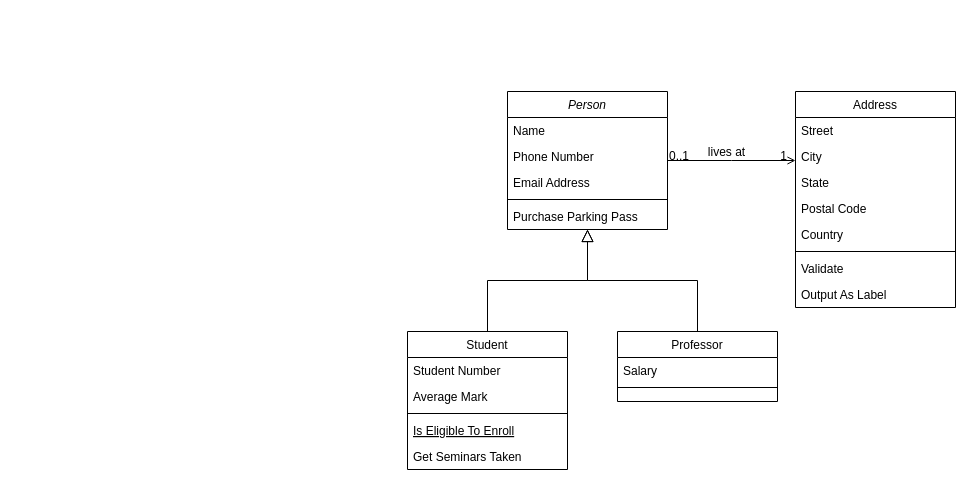
Above: Диаграмма без названия.drawio in YararMA/hd_backend (draw.io), before the change. Source tidied: cells renumbered, new cells numbered last; positions are measured from the earlier drawing's top-left corner, leaving out a move shared by most shapes. Both pictures are drawn from the tidied source at 100%, with x=0, y=0 at pixel (407, 91).
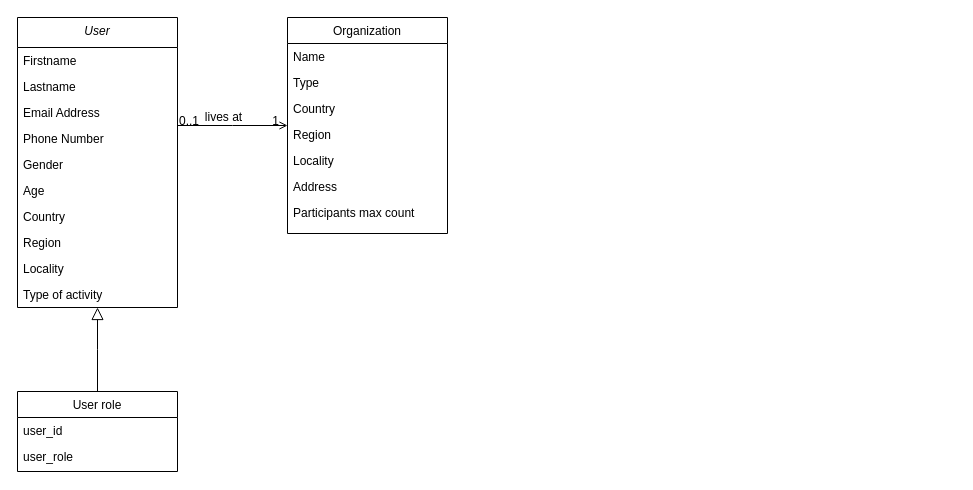
Above is the later version.

The edit, as a diff of the source:
```diff
@@
-    <mxCell id="2" value="Person" style="swimlane;fontStyle=2;align=center;verticalAlign=top;horizontal=1;startSize=26;rounded=0;shadow=0;strokeWidth=1;" parent="1" vertex="1">
-      <mxGeometry x="100" width="160" height="138" as="geometry" />
+    <mxCell id="2" value="User" style="swimlane;fontStyle=2;align=center;verticalAlign=top;horizontal=1;startSize=30;rounded=0;shadow=0;strokeWidth=1;" parent="1" vertex="1">
+      <mxGeometry x="-390" y="-74" width="160" height="290" as="geometry" />
     </mxCell>
-    <mxCell id="3" value="Name" style="text;align=left;verticalAlign=top;spacingLeft=4;spacingRight=4;overflow=hidden;" parent="2" vertex="1">
-      <mxGeometry y="26" width="160" height="26" as="geometry" />
+    <mxCell id="3" value="Firstname" style="text;align=left;verticalAlign=top;spacingLeft=4;spacingRight=4;overflow=hidden;" parent="2" vertex="1">
+      <mxGeometry y="30" width="160" height="26" as="geometry" />
     </mxCell>
-    <mxCell id="4" value="Phone Number" style="text;align=left;verticalAlign=top;spacingLeft=4;spacingRight=4;overflow=hidden;rounded=0;shadow=0;html=0;" parent="2" vertex="1">
-      <mxGeometry y="52" width="160" height="26" as="geometry" />
+    <mxCell id="4" value="Lastname" style="text;align=left;verticalAlign=top;spacingLeft=4;spacingRight=4;overflow=hidden;rounded=0;shadow=0;html=0;" parent="2" vertex="1">
+      <mxGeometry y="56" width="160" height="26" as="geometry" />
     </mxCell>
     <mxCell id="5" value="Email Address" style="text;align=left;verticalAlign=top;spacingLeft=4;spacingRight=4;overflow=hidden;rounded=0;shadow=0;html=0;" parent="2" vertex="1">
-      <mxGeometry y="78" width="160" height="26" as="geometry" />
+      <mxGeometry y="82" width="160" height="26" as="geometry" />
     </mxCell>
-    <mxCell id="6" style="line;html=1;strokeWidth=1;align=left;verticalAlign=middle;spacingTop=-1;spacingLeft=3;spacingRight=3;labelPosition=right;" parent="2" vertex="1">
-      <mxGeometry y="104" width="160" height="8" as="geometry" />
-    </mxCell>
-    <mxCell id="7" value="Purchase Parking Pass" style="text;align=left;verticalAlign=top;spacingLeft=4;spacingRight=4;overflow=hidden;" parent="2" vertex="1">
-      <mxGeometry y="112" width="160" height="26" as="geometry" />
-    </mxCell>
+    <mxCell id="32" value="Phone Number" style="text;align=left;verticalAlign=top;spacingLeft=4;spacingRight=4;overflow=hidden;rounded=0;shadow=0;html=0;" parent="2" vertex="1">
+      <mxGeometry y="108" width="160" height="26" as="geometry" />
+    </mxCell>
+    <mxCell id="33" value="Gender" style="text;align=left;verticalAlign=top;spacingLeft=4;spacingRight=4;overflow=hidden;rounded=0;shadow=0;html=0;" parent="2" vertex="1">
+      <mxGeometry y="134" width="160" height="26" as="geometry" />
+    </mxCell>
+    <mxCell id="34" value="Age" style="text;align=left;verticalAlign=top;spacingLeft=4;spacingRight=4;overflow=hidden;rounded=0;shadow=0;html=0;" parent="2" vertex="1">
+      <mxGeometry y="160" width="160" height="26" as="geometry" />
+    </mxCell>
+    <mxCell id="35" value="Country" style="text;align=left;verticalAlign=top;spacingLeft=4;spacingRight=4;overflow=hidden;rounded=0;shadow=0;html=0;" parent="2" vertex="1">
+      <mxGeometry y="186" width="160" height="26" as="geometry" />
+    </mxCell>
+    <mxCell id="36" value="Region" style="text;align=left;verticalAlign=top;spacingLeft=4;spacingRight=4;overflow=hidden;rounded=0;shadow=0;html=0;" parent="2" vertex="1">
+      <mxGeometry y="212" width="160" height="26" as="geometry" />
+    </mxCell>
+    <mxCell id="37" value="Locality" style="text;align=left;verticalAlign=top;spacingLeft=4;spacingRight=4;overflow=hidden;rounded=0;shadow=0;html=0;" parent="2" vertex="1">
+      <mxGeometry y="238" width="160" height="26" as="geometry" />
+    </mxCell>
+    <mxCell id="38" value="Type of activity" style="text;align=left;verticalAlign=top;spacingLeft=4;spacingRight=4;overflow=hidden;rounded=0;shadow=0;html=0;" parent="2" vertex="1">
+      <mxGeometry y="264" width="160" height="26" as="geometry" />
+    </mxCell>
-    <mxCell id="8" value="Student" style="swimlane;fontStyle=0;align=center;verticalAlign=top;horizontal=1;startSize=26;rounded=0;shadow=0;strokeWidth=1;" parent="1" vertex="1">
-      <mxGeometry y="240" width="160" height="138" as="geometry" />
+    <mxCell id="8" value="User role" style="swimlane;fontStyle=0;align=center;verticalAlign=top;horizontal=1;startSize=26;rounded=0;shadow=0;strokeWidth=1;" parent="1" vertex="1">
+      <mxGeometry x="-390" y="300" width="160" height="80" as="geometry" />
     </mxCell>
-    <mxCell id="9" value="Student Number" style="text;align=left;verticalAlign=top;spacingLeft=4;spacingRight=4;overflow=hidden;" parent="8" vertex="1">
+    <mxCell id="9" value="user_id" style="text;align=left;verticalAlign=top;spacingLeft=4;spacingRight=4;overflow=hidden;" parent="8" vertex="1">
       <mxGeometry y="26" width="160" height="26" as="geometry" />
     </mxCell>
-    <mxCell id="10" value="Average Mark" style="text;align=left;verticalAlign=top;spacingLeft=4;spacingRight=4;overflow=hidden;rounded=0;shadow=0;html=0;" parent="8" vertex="1">
+    <mxCell id="10" value="user_role" style="text;align=left;verticalAlign=top;spacingLeft=4;spacingRight=4;overflow=hidden;rounded=0;shadow=0;html=0;" parent="8" vertex="1">
       <mxGeometry y="52" width="160" height="26" as="geometry" />
     </mxCell>
-    <mxCell id="11" style="line;html=1;strokeWidth=1;align=left;verticalAlign=middle;spacingTop=-1;spacingLeft=3;spacingRight=3;labelPosition=right;" parent="8" vertex="1">
-      <mxGeometry y="78" width="160" height="8" as="geometry" />
-    </mxCell>
-    <mxCell id="12" value="Is Eligible To Enroll" style="text;align=left;verticalAlign=top;spacingLeft=4;spacingRight=4;overflow=hidden;fontStyle=4;" parent="8" vertex="1">
-      <mxGeometry y="86" width="160" height="26" as="geometry" />
-    </mxCell>
-    <mxCell id="13" value="Get Seminars Taken" style="text;align=left;verticalAlign=top;spacingLeft=4;spacingRight=4;overflow=hidden;" parent="8" vertex="1">
-      <mxGeometry y="112" width="160" height="26" as="geometry" />
-    </mxCell>
@@
-    <mxCell id="15" value="Professor" style="swimlane;fontStyle=0;align=center;verticalAlign=top;horizontal=1;startSize=26;rounded=0;shadow=0;strokeWidth=1;" parent="1" vertex="1">
-      <mxGeometry x="210" y="240" width="160" height="70" as="geometry" />
-    </mxCell>
-    <mxCell id="16" value="Salary" style="text;align=left;verticalAlign=top;spacingLeft=4;spacingRight=4;overflow=hidden;" parent="15" vertex="1">
-      <mxGeometry y="26" width="160" height="26" as="geometry" />
-    </mxCell>
-    <mxCell id="17" style="line;html=1;strokeWidth=1;align=left;verticalAlign=middle;spacingTop=-1;spacingLeft=3;spacingRight=3;labelPosition=right;" parent="15" vertex="1">
-      <mxGeometry y="52" width="160" height="8" as="geometry" />
-    </mxCell>
-    <mxCell id="18" style="endArrow=block;endSize=10;endFill=0;shadow=0;strokeWidth=1;rounded=0;edgeStyle=elbowEdgeStyle;elbow=vertical;" parent="1" edge="1" source="15" target="2">
-      <mxGeometry relative="1" as="geometry" />
-    </mxCell>
-    <mxCell id="19" value="Address" style="swimlane;fontStyle=0;align=center;verticalAlign=top;horizontal=1;startSize=26;rounded=0;shadow=0;strokeWidth=1;" parent="1" vertex="1">
-      <mxGeometry x="388" width="160" height="216" as="geometry" />
+    <mxCell id="19" value="Organization" style="swimlane;fontStyle=0;align=center;verticalAlign=top;horizontal=1;startSize=26;rounded=0;shadow=0;strokeWidth=1;" parent="1" vertex="1">
+      <mxGeometry x="-120" y="-74" width="160" height="216" as="geometry" />
     </mxCell>
-    <mxCell id="20" value="Street" style="text;align=left;verticalAlign=top;spacingLeft=4;spacingRight=4;overflow=hidden;" parent="19" vertex="1">
+    <mxCell id="20" value="Name" style="text;align=left;verticalAlign=top;spacingLeft=4;spacingRight=4;overflow=hidden;" parent="19" vertex="1">
       <mxGeometry y="26" width="160" height="26" as="geometry" />
     </mxCell>
-    <mxCell id="21" value="City" style="text;align=left;verticalAlign=top;spacingLeft=4;spacingRight=4;overflow=hidden;rounded=0;shadow=0;html=0;" parent="19" vertex="1">
+    <mxCell id="21" value="Type" style="text;align=left;verticalAlign=top;spacingLeft=4;spacingRight=4;overflow=hidden;rounded=0;shadow=0;html=0;" parent="19" vertex="1">
       <mxGeometry y="52" width="160" height="26" as="geometry" />
     </mxCell>
-    <mxCell id="22" value="State" style="text;align=left;verticalAlign=top;spacingLeft=4;spacingRight=4;overflow=hidden;rounded=0;shadow=0;html=0;" parent="19" vertex="1">
+    <mxCell id="22" value="Country" style="text;align=left;verticalAlign=top;spacingLeft=4;spacingRight=4;overflow=hidden;rounded=0;shadow=0;html=0;" parent="19" vertex="1">
       <mxGeometry y="78" width="160" height="26" as="geometry" />
     </mxCell>
-    <mxCell id="23" value="Postal Code" style="text;align=left;verticalAlign=top;spacingLeft=4;spacingRight=4;overflow=hidden;rounded=0;shadow=0;html=0;" parent="19" vertex="1">
+    <mxCell id="23" value="Region" style="text;align=left;verticalAlign=top;spacingLeft=4;spacingRight=4;overflow=hidden;rounded=0;shadow=0;html=0;" parent="19" vertex="1">
       <mxGeometry y="104" width="160" height="26" as="geometry" />
     </mxCell>
-    <mxCell id="24" value="Country" style="text;align=left;verticalAlign=top;spacingLeft=4;spacingRight=4;overflow=hidden;rounded=0;shadow=0;html=0;" parent="19" vertex="1">
+    <mxCell id="24" value="Locality" style="text;align=left;verticalAlign=top;spacingLeft=4;spacingRight=4;overflow=hidden;rounded=0;shadow=0;html=0;" parent="19" vertex="1">
       <mxGeometry y="130" width="160" height="26" as="geometry" />
     </mxCell>
-    <mxCell id="25" style="line;html=1;strokeWidth=1;align=left;verticalAlign=middle;spacingTop=-1;spacingLeft=3;spacingRight=3;labelPosition=right;" parent="19" vertex="1">
-      <mxGeometry y="156" width="160" height="8" as="geometry" />
-    </mxCell>
-    <mxCell id="26" value="Validate" style="text;align=left;verticalAlign=top;spacingLeft=4;spacingRight=4;overflow=hidden;" parent="19" vertex="1">
-      <mxGeometry y="164" width="160" height="26" as="geometry" />
-    </mxCell>
-    <mxCell id="27" value="Output As Label" style="text;align=left;verticalAlign=top;spacingLeft=4;spacingRight=4;overflow=hidden;" parent="19" vertex="1">
-      <mxGeometry y="190" width="160" height="26" as="geometry" />
-    </mxCell>
+    <mxCell id="39" value="Address" style="text;align=left;verticalAlign=top;spacingLeft=4;spacingRight=4;overflow=hidden;rounded=0;shadow=0;html=0;" parent="19" vertex="1">
+      <mxGeometry y="156" width="160" height="26" as="geometry" />
+    </mxCell>
+    <mxCell id="40" value="Participants max count" style="text;align=left;verticalAlign=top;spacingLeft=4;spacingRight=4;overflow=hidden;rounded=0;shadow=0;html=0;" parent="19" vertex="1">
+      <mxGeometry y="182" width="160" height="26" as="geometry" />
+    </mxCell>
```
